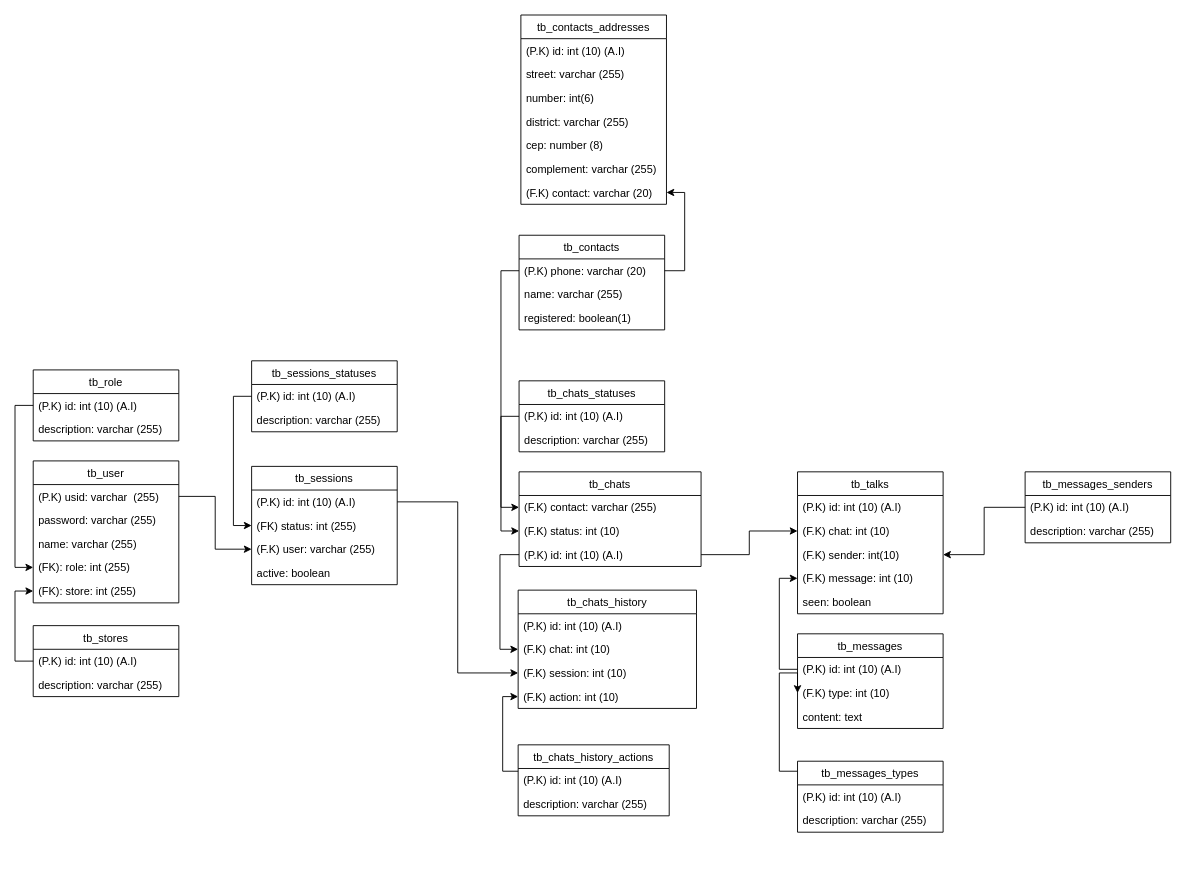
aka-sacci/chatbot-whatsapp-api keeps this draw.io diagram as src/database/database.drawio. Above is the earlier version. Source tidied: cells renumbered, new cells numbered last; positions are measured from the earlier drawing's top-left corner, leaving out a move shared by most shapes. Both pictures are drawn from the tidied source at 91%, with x=0, y=0 at pixel (15, 15).
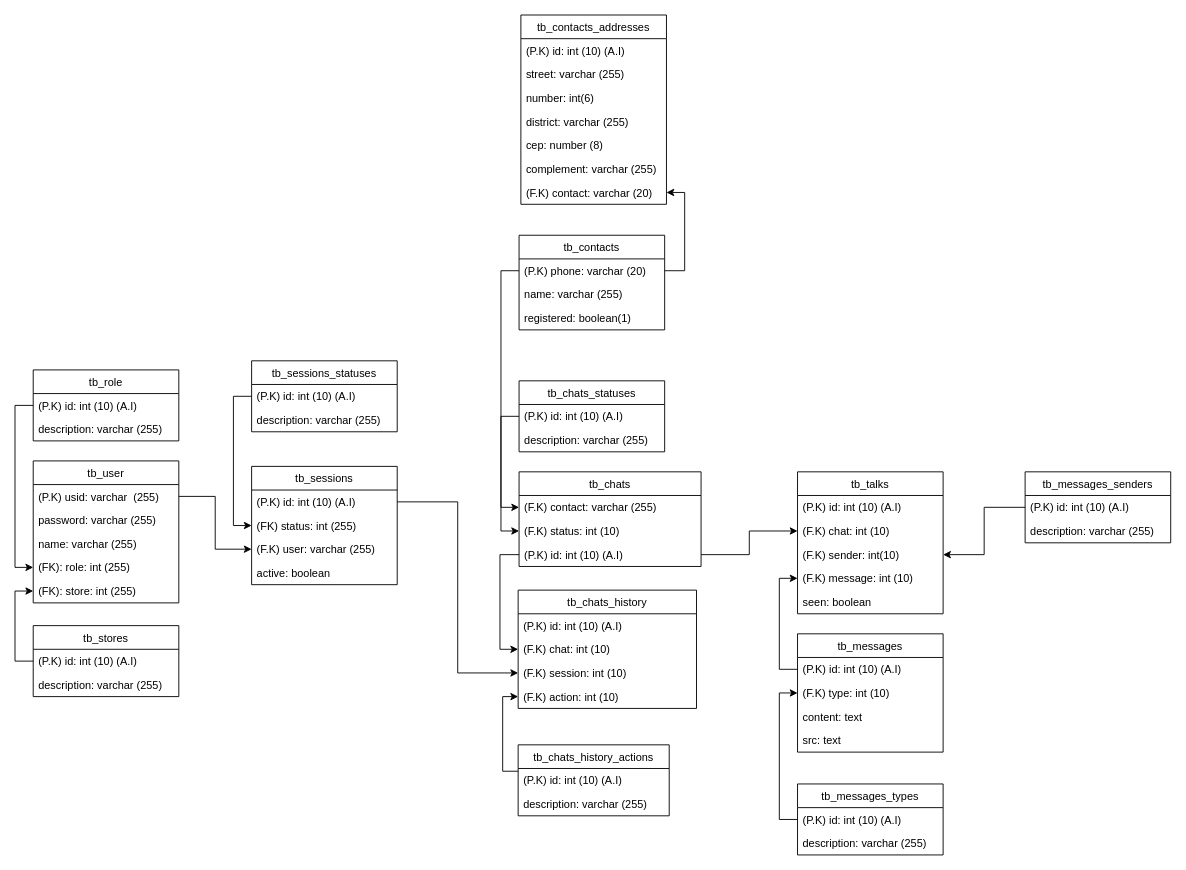
Above is the later version.

The change refers to these unchanged cells:
```xml
<mxCell id="41" value="(P.K) id: int (10) (A.I)" style="text;strokeColor=none;fillColor=none;align=left;verticalAlign=top;spacingLeft=4;spacingRight=4;overflow=hidden;points=[[0,0.5],[1,0.5]];portConstraint=eastwest;" parent="40" vertex="1">
  <mxGeometry y="26" width="160" height="26" as="geometry" />
</mxCell>
<mxCell id="45" value="(F.K) type: int (10)" style="text;strokeColor=none;fillColor=none;align=left;verticalAlign=top;spacingLeft=4;spacingRight=4;overflow=hidden;points=[[0,0.5],[1,0.5]];portConstraint=eastwest;" parent="43" vertex="1">
  <mxGeometry y="52" width="160" height="26" as="geometry" />
</mxCell>
```

What changed in the source:
```diff
@@
-    <mxCell id="39" style="edgeStyle=orthogonalEdgeStyle;rounded=0;jettySize=auto;html=1;entryX=0;entryY=0.5;entryDx=0;entryDy=0;" parent="1" edge="1" source="40" target="45">
-      <mxGeometry relative="1" as="geometry">
-        <Array as="points">
-          <mxPoint x="839.9" y="831" />
-          <mxPoint x="839.9" y="723" />
-        </Array>
-      </mxGeometry>
-    </mxCell>
     <mxCell id="40" value="tb_messages_types" style="swimlane;fontStyle=0;horizontal=1;startSize=26;fillColor=none;" parent="1" vertex="1">
-      <mxGeometry x="859.9" y="820" width="160" height="78" as="geometry" />
+      <mxGeometry x="859.9" y="845" width="160" height="78" as="geometry" />
     </mxCell>
@@
     <mxCell id="43" value="tb_messages" style="swimlane;fontStyle=0;horizontal=1;startSize=26;fillColor=none;" parent="1" vertex="1">
-      <mxGeometry x="859.9" y="680" width="160" height="104" as="geometry" />
+      <mxGeometry x="859.9" y="680" width="160" height="130" as="geometry" />
     </mxCell>
@@
+    <mxCell id="79" value="src: text" style="text;strokeColor=none;fillColor=none;align=left;verticalAlign=top;spacingLeft=4;spacingRight=4;overflow=hidden;" parent="43" vertex="1">
+      <mxGeometry y="104" width="160" height="26" as="geometry" />
+    </mxCell>
@@
+    <mxCell id="80" style="edgeStyle=orthogonalEdgeStyle;rounded=0;jettySize=auto;html=1;entryX=0;entryY=0.5;entryDx=0;entryDy=0;" parent="1" edge="1" source="41" target="45">
+      <mxGeometry relative="1" as="geometry" />
+    </mxCell>
```
